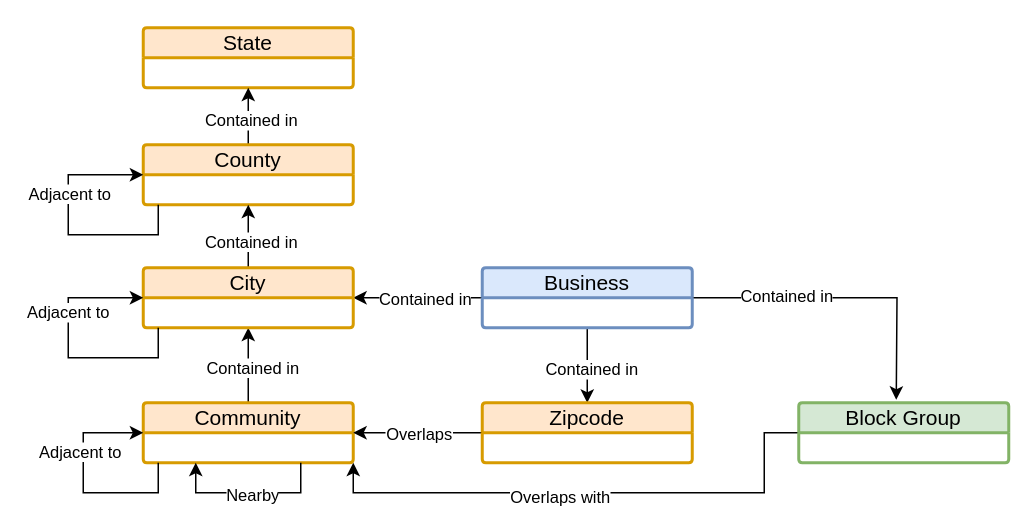
swhoyle/business-opportunity-graph keeps this draw.io diagram as page "Page-1" (1 of 3) of graph_model.drawio. Above is the earlier version. Source tidied: cells renumbered, new cells numbered last; positions are measured from the earlier drawing's top-left corner, leaving out a move shared by most shapes. Both pictures are drawn from the tidied source at 150%, with x=0, y=0 at pixel (68, 27).
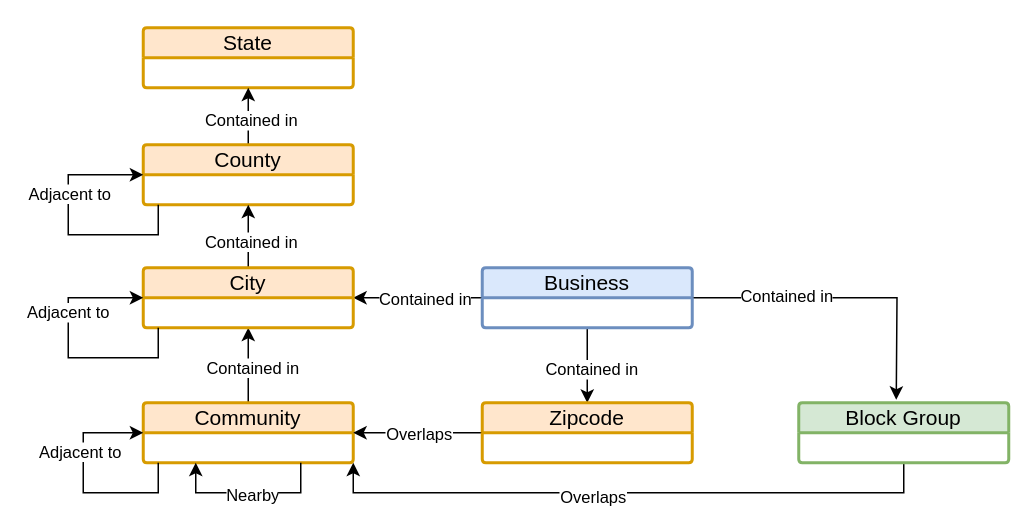
The same page after the edit.

The change refers to these unchanged cells:
```xml
<mxCell id="12" value="Community" style="swimlane;horizontal=1;startSize=20;rounded=1;fontSize=14;fontStyle=0;strokeWidth=2;shadow=0;dashed=0;align=center;arcSize=4;whiteSpace=wrap;html=1;fillColor=#ffe6cc;strokeColor=#d79b00;" parent="1" vertex="1">
  <mxGeometry x="50" y="250" width="140" height="40" as="geometry" />
</mxCell>
<mxCell id="18" value="Block Group" style="swimlane;horizontal=1;startSize=20;rounded=1;fontSize=14;fontStyle=0;strokeWidth=2;shadow=0;dashed=0;align=center;arcSize=4;whiteSpace=wrap;html=1;fillColor=#d5e8d4;strokeColor=#82b366;" parent="1" vertex="1">
  <mxGeometry x="487" y="250" width="140" height="40" as="geometry" />
</mxCell>
```

What changed in the source:
```diff
@@
-    <mxCell id="16" style="edgeStyle=orthogonalEdgeStyle;rounded=0;jettySize=auto;html=1;exitX=0;exitY=0.5;exitDx=0;exitDy=0;entryX=1;entryY=1;entryDx=0;entryDy=0;" parent="1" edge="1" source="18" target="12">
+    <mxCell id="16" style="edgeStyle=orthogonalEdgeStyle;rounded=0;jettySize=auto;html=1;exitX=0.5;exitY=1;exitDx=0;exitDy=0;entryX=1;entryY=1;entryDx=0;entryDy=0;" parent="1" edge="1" source="18" target="12">
       <mxGeometry relative="1" as="geometry">
         <Array as="points">
-          <mxPoint x="464" y="270" />
-          <mxPoint x="464" y="310" />
+          <mxPoint x="557" y="310" />
           <mxPoint x="190" y="310" />
         </Array>
       </mxGeometry>
     </mxCell>
-    <mxCell id="17" value="Overlaps with" style="edgeLabel;html=1;align=center;verticalAlign=middle;" parent="16" vertex="1">
+    <mxCell id="17" value="Overlaps" style="edgeLabel;html=1;align=center;verticalAlign=middle;" parent="16" vertex="1">
       <mxGeometry x="0.12" y="2" relative="1" as="geometry" />
     </mxCell>
```
